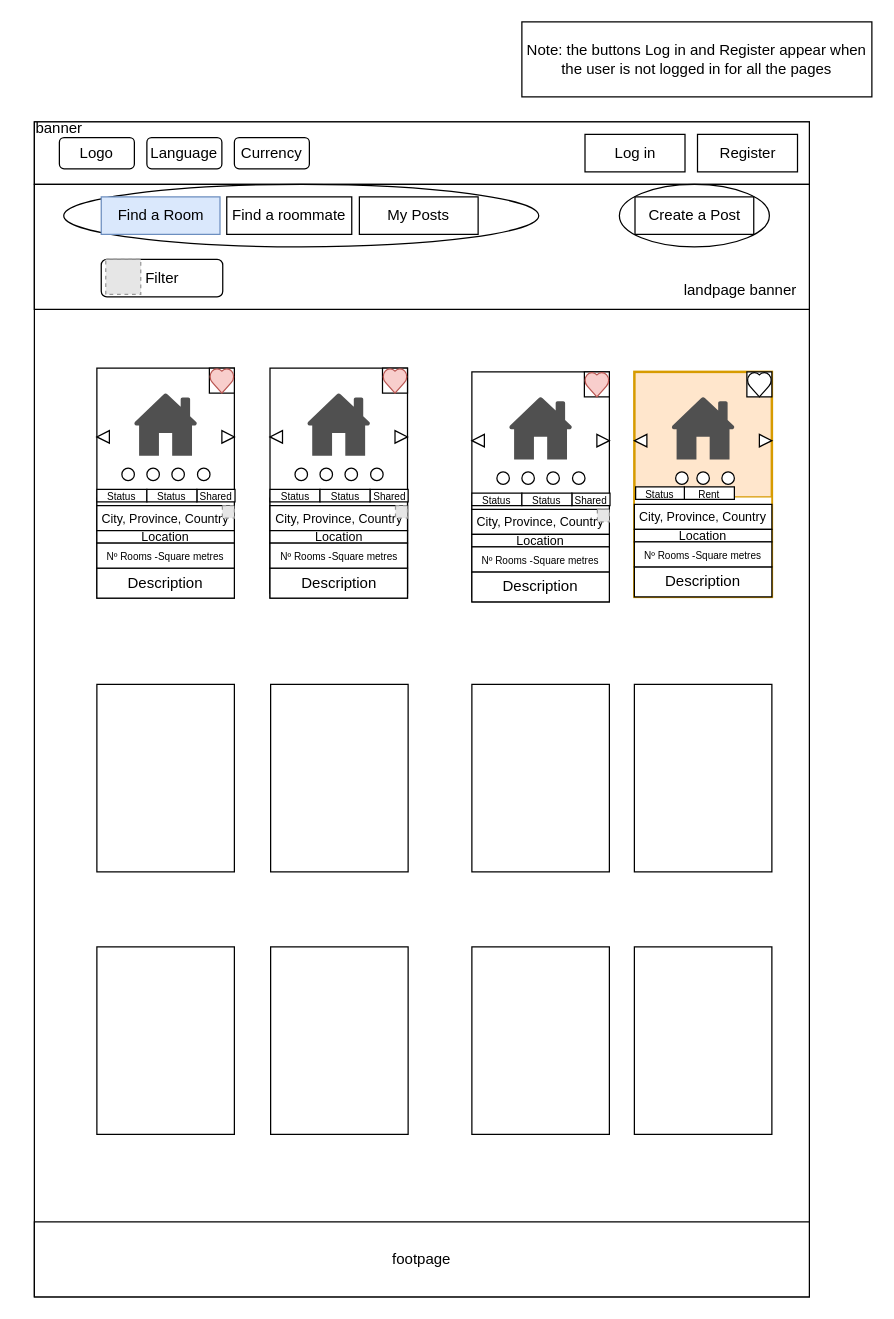
Above: CroquisWeb/DrawIO/Landpage (Unlogged).drawio in sofwarebakery/CroquisWeb (draw.io), before the change. Source tidied: cells renumbered, new cells numbered last; positions are measured from the earlier drawing's top-left corner, leaving out a move shared by most shapes. Both pictures are drawn from the tidied source at 125%, with x=0, y=0 at pixel (21, 21). Pictures stored in the file or linked from it are replaced by grey dashed boxes.
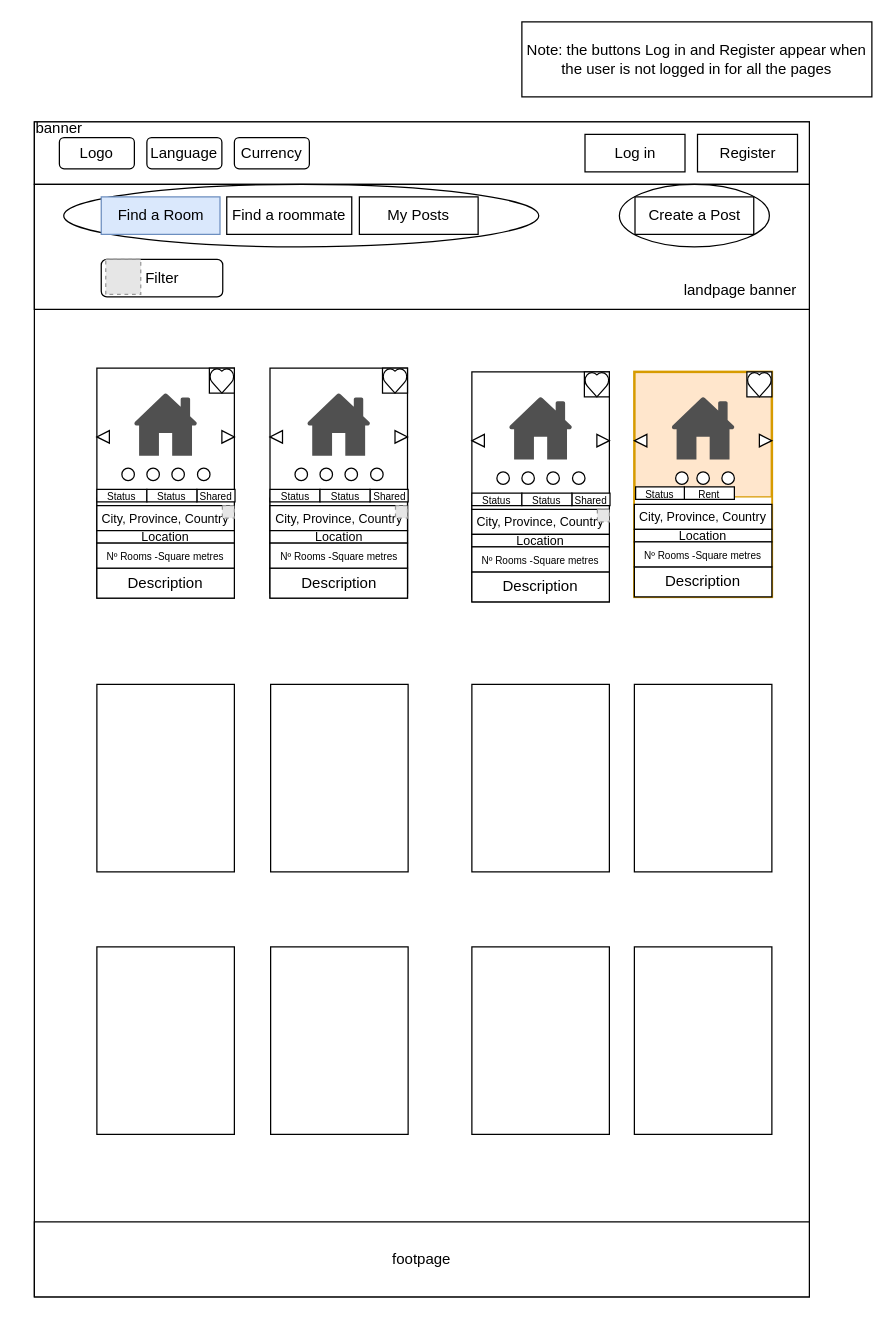
Above is the later version.

The edit, as a diff of the source:
```diff
@@
-    <mxCell id="23" style="verticalLabelPosition=bottom;verticalAlign=top;html=1;shape=mxgraph.basic.heart;fillColor=#f8cecc;strokeColor=#b85450;" parent="1" vertex="1">
+    <mxCell id="23" style="verticalLabelPosition=bottom;verticalAlign=top;html=1;shape=mxgraph.basic.heart;" parent="1" vertex="1">
       <mxGeometry x="450" y="280" width="20" height="20" as="geometry" />
     </mxCell>
@@
-    <mxCell id="57" style="verticalLabelPosition=bottom;verticalAlign=top;html=1;shape=mxgraph.basic.heart;fillColor=#f8cecc;strokeColor=#b85450;" parent="1" vertex="1">
+    <mxCell id="57" style="verticalLabelPosition=bottom;verticalAlign=top;html=1;shape=mxgraph.basic.heart;" parent="1" vertex="1">
       <mxGeometry x="288.5" y="277" width="20" height="20" as="geometry" />
     </mxCell>
@@
-    <mxCell id="76" style="verticalLabelPosition=bottom;verticalAlign=top;html=1;shape=mxgraph.basic.heart;fillColor=#f8cecc;strokeColor=#b85450;" parent="1" vertex="1">
+    <mxCell id="76" style="verticalLabelPosition=bottom;verticalAlign=top;html=1;shape=mxgraph.basic.heart;" parent="1" vertex="1">
       <mxGeometry x="150" y="277" width="20" height="20" as="geometry" />
     </mxCell>
```
